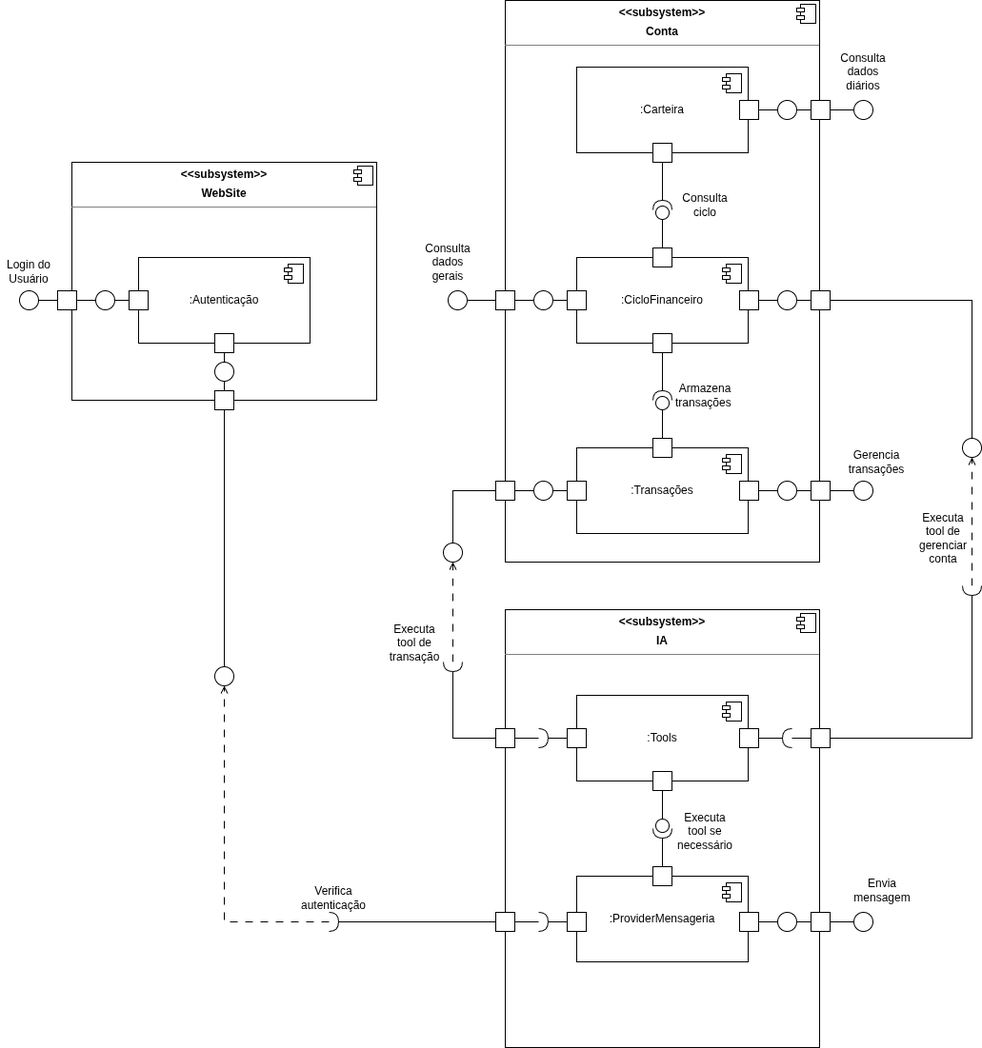
The draw.io diagram docs/Modelagem/assets/componentes.png in UnBArqDsw2026-1-Turma02/2026.01-T02_G8_Financas_Entrega_02, before a commit. Source tidied: cells renumbered, new cells last; positions are measured from the earlier drawing's top-left corner, leaving out a move shared by most shapes.
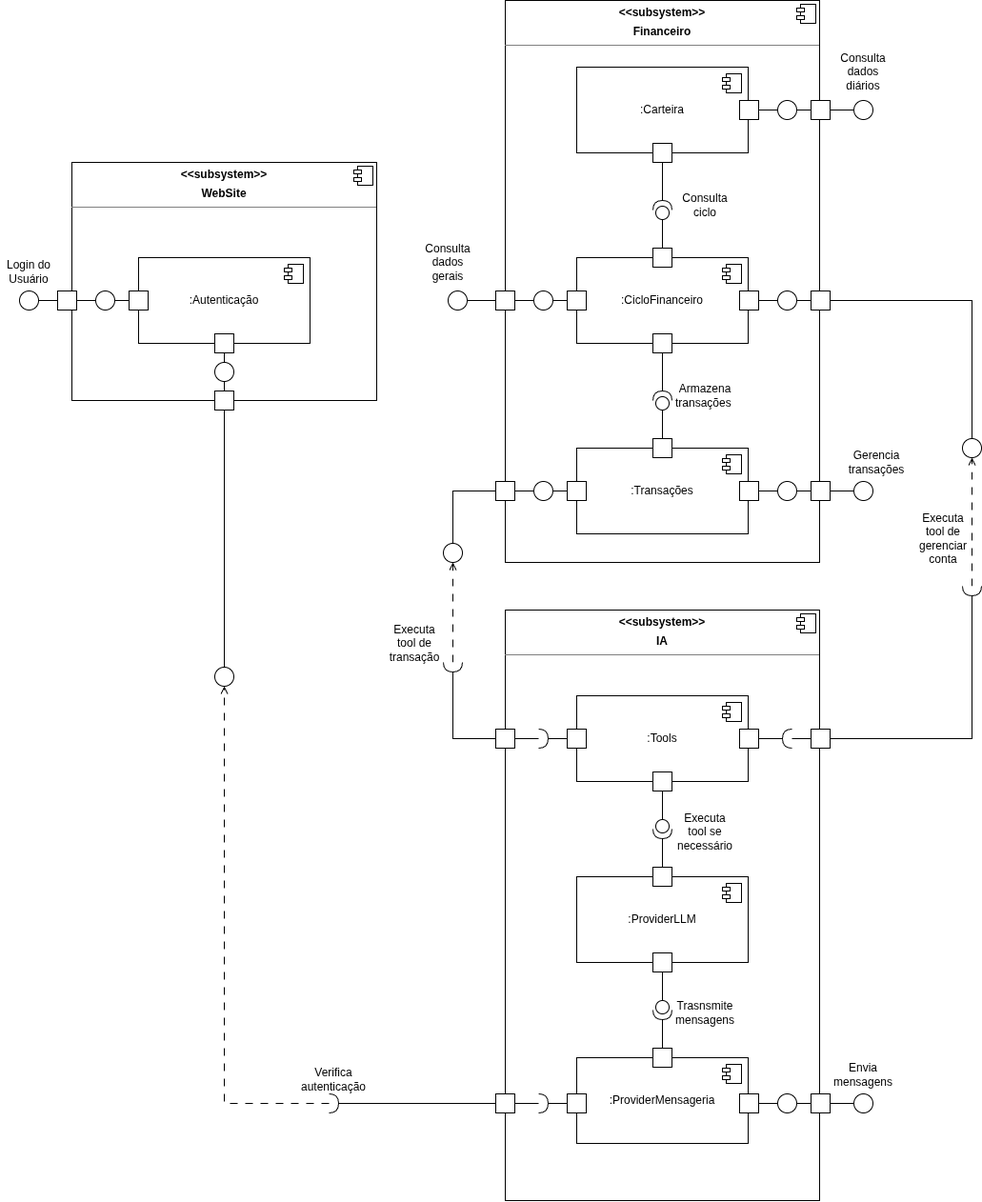
Later version of the same file.

Commit message:
diagrama de pacotes

The edit, as a diff of the source:
```diff
@@ -18,7 +18,7 @@
         <mxPoint x="-27" y="7" as="offset" />
       </mxGeometry>
     </mxCell>
-    <mxCell id="6" value="&lt;p style=&quot;margin:0px;margin-top:6px;text-align:center;&quot;&gt;&lt;b&gt;&amp;lt;&amp;lt;subsystem&amp;gt;&amp;gt;&lt;/b&gt;&lt;/p&gt;&lt;p style=&quot;margin:0px;margin-top:6px;text-align:center;&quot;&gt;&lt;b&gt;Conta&lt;/b&gt;&lt;/p&gt;&lt;hr size=&quot;1&quot; style=&quot;border-style:solid;&quot;&gt;&lt;p style=&quot;margin:0px;margin-left:8px;&quot;&gt;&lt;br&gt;&lt;/p&gt;" style="align=left;overflow=fill;html=1;whiteSpace=wrap;" parent="1" vertex="1">
+    <mxCell id="6" value="&lt;p style=&quot;margin:0px;margin-top:6px;text-align:center;&quot;&gt;&lt;b&gt;&amp;lt;&amp;lt;subsystem&amp;gt;&amp;gt;&lt;/b&gt;&lt;/p&gt;&lt;p style=&quot;margin:0px;margin-top:6px;text-align:center;&quot;&gt;&lt;b&gt;Financeiro&lt;/b&gt;&lt;/p&gt;&lt;hr size=&quot;1&quot; style=&quot;border-style:solid;&quot;&gt;&lt;p style=&quot;margin:0px;margin-left:8px;&quot;&gt;&lt;br&gt;&lt;/p&gt;" style="align=left;overflow=fill;html=1;whiteSpace=wrap;" parent="1" vertex="1">
       <mxGeometry x="530" width="330" height="590" as="geometry" />
     </mxCell>
     <mxCell id="7" style="shape=component;jettyWidth=8;jettyHeight=4;" parent="6" vertex="1">
@@ -51,7 +51,7 @@
       </mxGeometry>
     </mxCell>
     <mxCell id="14" value="&lt;p style=&quot;margin:0px;margin-top:6px;text-align:center;&quot;&gt;&lt;b&gt;&amp;lt;&amp;lt;subsystem&amp;gt;&amp;gt;&lt;/b&gt;&lt;/p&gt;&lt;p style=&quot;margin:0px;margin-top:6px;text-align:center;&quot;&gt;&lt;b&gt;IA&lt;/b&gt;&lt;/p&gt;&lt;hr size=&quot;1&quot; style=&quot;border-style:solid;&quot;&gt;&lt;p style=&quot;margin:0px;margin-left:8px;&quot;&gt;&lt;br&gt;&lt;/p&gt;" style="align=left;overflow=fill;html=1;whiteSpace=wrap;" parent="1" vertex="1">
-      <mxGeometry x="530" y="640" width="330" height="460" as="geometry" />
+      <mxGeometry x="530" y="640" width="330" height="620" as="geometry" />
     </mxCell>
     <mxCell id="15" style="shape=component;jettyWidth=8;jettyHeight=4;" parent="14" vertex="1">
       <mxGeometry x="1" width="20" height="20" relative="1" as="geometry">
@@ -66,7 +66,7 @@
         <mxPoint x="-27" y="7" as="offset" />
       </mxGeometry>
     </mxCell>
-    <mxCell id="18" value=":ProviderMensageria" style="html=1;whiteSpace=wrap;" parent="1" vertex="1">
+    <mxCell id="18" value=":ProviderLLM" style="html=1;whiteSpace=wrap;" parent="1" vertex="1">
       <mxGeometry x="605" y="920" width="180" height="90" as="geometry" />
     </mxCell>
     <mxCell id="19" style="shape=module;jettyWidth=8;jettyHeight=4;" parent="18" vertex="1">
@@ -89,21 +89,6 @@
     <mxCell id="24" style="whiteSpace=wrap;html=1;" parent="1" vertex="1">
       <mxGeometry x="60" y="305" width="20" height="20" as="geometry" />
     </mxCell>
-    <mxCell id="25" style="ellipse;whiteSpace=wrap;html=1;" parent="1" vertex="1">
-      <mxGeometry x="896" y="958" width="20" height="20" as="geometry" />
-    </mxCell>
-    <mxCell id="26" style="endArrow=none;html=1;rounded=0;entryX=1;entryY=0.5;entryDx=0;entryDy=0;exitX=0;exitY=0.5;exitDx=0;exitDy=0;" parent="1" edge="1" source="25" target="28">
-      <mxGeometry relative="1" as="geometry" />
-    </mxCell>
-    <mxCell id="27" style="ellipse;whiteSpace=wrap;html=1;" parent="1" vertex="1">
-      <mxGeometry x="816" y="958" width="20" height="20" as="geometry" />
-    </mxCell>
-    <mxCell id="28" style="whiteSpace=wrap;html=1;" parent="1" vertex="1">
-      <mxGeometry x="776" y="958" width="20" height="20" as="geometry" />
-    </mxCell>
-    <mxCell id="29" style="whiteSpace=wrap;html=1;" parent="1" vertex="1">
-      <mxGeometry x="851" y="958" width="20" height="20" as="geometry" />
-    </mxCell>
     <mxCell id="30" style="whiteSpace=wrap;html=1;" parent="1" vertex="1">
       <mxGeometry x="685" y="910" width="20" height="20" as="geometry" />
     </mxCell>
@@ -218,33 +203,12 @@
     <mxCell id="67" style="ellipse;whiteSpace=wrap;html=1;" parent="1" vertex="1">
       <mxGeometry x="225" y="380" width="20" height="20" as="geometry" />
     </mxCell>
-    <mxCell id="68" style="whiteSpace=wrap;html=1;" parent="1" vertex="1">
-      <mxGeometry x="520" y="958" width="20" height="20" as="geometry" />
-    </mxCell>
-    <mxCell id="69" style="shape=requiredInterface;html=1;verticalLabelPosition=bottom;sketch=0;rotation=0;" parent="1" vertex="1">
-      <mxGeometry x="565" y="958" width="10" height="20" as="geometry" />
-    </mxCell>
-    <mxCell id="70" style="whiteSpace=wrap;html=1;" parent="1" vertex="1">
-      <mxGeometry x="595" y="958" width="20" height="20" as="geometry" />
-    </mxCell>
-    <mxCell id="71" style="edgeStyle=orthogonalEdgeStyle;rounded=0;jettySize=auto;html=1;entryX=1;entryY=0.5;entryDx=0;entryDy=0;entryPerimeter=0;endArrow=none;endFill=0;" parent="1" edge="1" source="70" target="69">
-      <mxGeometry relative="1" as="geometry" />
-    </mxCell>
-    <mxCell id="72" style="edgeStyle=orthogonalEdgeStyle;rounded=0;jettySize=auto;html=1;entryX=0;entryY=0.5;entryDx=0;entryDy=0;entryPerimeter=0;endArrow=none;endFill=0;" parent="1" edge="1" source="68" target="69">
-      <mxGeometry relative="1" as="geometry" />
-    </mxCell>
-    <mxCell id="73" style="edgeStyle=orthogonalEdgeStyle;rounded=0;jettySize=auto;html=1;entryX=0.5;entryY=1;entryDx=0;entryDy=0;dashed=1;dashPattern=8 8;endArrow=open;endFill=0;" parent="1" edge="1" source="74" target="75">
+    <mxCell id="73" style="edgeStyle=orthogonalEdgeStyle;rounded=0;jettySize=auto;html=1;entryX=0.5;entryY=1;entryDx=0;entryDy=0;dashed=1;dashPattern=8 8;endArrow=open;endFill=0;exitX=0;exitY=0.5;exitDx=0;exitDy=0;exitPerimeter=0;" parent="1" edge="1" source="125" target="75">
       <mxGeometry relative="1" as="geometry" />
     </mxCell>
-    <mxCell id="74" style="shape=requiredInterface;html=1;verticalLabelPosition=bottom;sketch=0;rotation=0;" parent="1" vertex="1">
-      <mxGeometry x="345" y="958" width="10" height="20" as="geometry" />
-    </mxCell>
     <mxCell id="75" style="ellipse;whiteSpace=wrap;html=1;" parent="1" vertex="1">
       <mxGeometry x="225" y="700" width="20" height="20" as="geometry" />
     </mxCell>
-    <mxCell id="76" style="edgeStyle=orthogonalEdgeStyle;rounded=0;jettySize=auto;html=1;entryX=1;entryY=0.5;entryDx=0;entryDy=0;entryPerimeter=0;endArrow=none;endFill=0;" parent="1" edge="1" source="68" target="74">
-      <mxGeometry relative="1" as="geometry" />
-    </mxCell>
     <mxCell id="77" style="whiteSpace=wrap;html=1;" parent="1" vertex="1">
       <mxGeometry x="685" y="260" width="20" height="20" as="geometry" />
     </mxCell>
@@ -308,12 +272,6 @@
     <mxCell id="97" value="Login do Usuário" style="text;html=1;whiteSpace=wrap;strokeColor=none;fillColor=none;align=center;verticalAlign=middle;rounded=0;" parent="1" vertex="1">
       <mxGeometry y="270" width="60" height="30" as="geometry" />
     </mxCell>
-    <mxCell id="98" value="Verifica autenticação" style="text;html=1;whiteSpace=wrap;strokeColor=none;fillColor=none;align=center;verticalAlign=middle;rounded=0;" parent="1" vertex="1">
-      <mxGeometry x="320" y="928" width="60" height="30" as="geometry" />
-    </mxCell>
-    <mxCell id="99" value="Envia mensagem" style="text;html=1;whiteSpace=wrap;strokeColor=none;fillColor=none;align=center;verticalAlign=middle;rounded=0;" parent="1" vertex="1">
-      <mxGeometry x="896" y="920" width="60" height="30" as="geometry" />
-    </mxCell>
     <mxCell id="100" value="Executa tool de transação" style="text;html=1;whiteSpace=wrap;strokeColor=none;fillColor=none;align=center;verticalAlign=middle;rounded=0;" parent="1" vertex="1">
       <mxGeometry x="405" y="660" width="60" height="30" as="geometry" />
     </mxCell>
@@ -353,5 +311,73 @@
     <mxCell id="112" value="Consulta dados gerais" style="text;html=1;whiteSpace=wrap;strokeColor=none;fillColor=none;align=center;verticalAlign=middle;rounded=0;" parent="1" vertex="1">
       <mxGeometry x="440" y="260" width="60" height="30" as="geometry" />
     </mxCell>
+    <mxCell id="113" value=":ProviderMensageria" style="html=1;whiteSpace=wrap;" parent="1" vertex="1">
+      <mxGeometry x="605" y="1110" width="180" height="90" as="geometry" />
+    </mxCell>
+    <mxCell id="114" style="shape=module;jettyWidth=8;jettyHeight=4;" parent="113" vertex="1">
+      <mxGeometry x="1" width="20" height="20" relative="1" as="geometry">
+        <mxPoint x="-27" y="7" as="offset" />
+      </mxGeometry>
+    </mxCell>
+    <mxCell id="115" style="ellipse;whiteSpace=wrap;html=1;" parent="1" vertex="1">
+      <mxGeometry x="896" y="1148" width="20" height="20" as="geometry" />
+    </mxCell>
+    <mxCell id="116" style="endArrow=none;html=1;rounded=0;entryX=1;entryY=0.5;entryDx=0;entryDy=0;exitX=0;exitY=0.5;exitDx=0;exitDy=0;" parent="1" edge="1" source="115" target="118">
+      <mxGeometry relative="1" as="geometry" />
+    </mxCell>
+    <mxCell id="117" style="ellipse;whiteSpace=wrap;html=1;" parent="1" vertex="1">
+      <mxGeometry x="816" y="1148" width="20" height="20" as="geometry" />
+    </mxCell>
+    <mxCell id="118" style="whiteSpace=wrap;html=1;" parent="1" vertex="1">
+      <mxGeometry x="776" y="1148" width="20" height="20" as="geometry" />
+    </mxCell>
+    <mxCell id="119" style="whiteSpace=wrap;html=1;" parent="1" vertex="1">
+      <mxGeometry x="851" y="1148" width="20" height="20" as="geometry" />
+    </mxCell>
+    <mxCell id="120" style="whiteSpace=wrap;html=1;" parent="1" vertex="1">
+      <mxGeometry x="520" y="1148" width="20" height="20" as="geometry" />
+    </mxCell>
+    <mxCell id="121" style="shape=requiredInterface;html=1;verticalLabelPosition=bottom;sketch=0;rotation=0;" parent="1" vertex="1">
+      <mxGeometry x="565" y="1148" width="10" height="20" as="geometry" />
+    </mxCell>
+    <mxCell id="122" style="whiteSpace=wrap;html=1;" parent="1" vertex="1">
+      <mxGeometry x="595" y="1148" width="20" height="20" as="geometry" />
+    </mxCell>
+    <mxCell id="123" style="edgeStyle=orthogonalEdgeStyle;rounded=0;jettySize=auto;html=1;entryX=1;entryY=0.5;entryDx=0;entryDy=0;entryPerimeter=0;endArrow=none;endFill=0;" parent="1" edge="1" source="122" target="121">
+      <mxGeometry relative="1" as="geometry" />
+    </mxCell>
+    <mxCell id="124" style="edgeStyle=orthogonalEdgeStyle;rounded=0;jettySize=auto;html=1;entryX=0;entryY=0.5;entryDx=0;entryDy=0;entryPerimeter=0;endArrow=none;endFill=0;" parent="1" edge="1" source="120" target="121">
+      <mxGeometry relative="1" as="geometry" />
+    </mxCell>
+    <mxCell id="125" style="shape=requiredInterface;html=1;verticalLabelPosition=bottom;sketch=0;rotation=0;" parent="1" vertex="1">
+      <mxGeometry x="345" y="1148" width="10" height="20" as="geometry" />
+    </mxCell>
+    <mxCell id="126" style="edgeStyle=orthogonalEdgeStyle;rounded=0;jettySize=auto;html=1;entryX=1;entryY=0.5;entryDx=0;entryDy=0;entryPerimeter=0;endArrow=none;endFill=0;" parent="1" edge="1" source="120" target="125">
+      <mxGeometry relative="1" as="geometry" />
+    </mxCell>
+    <mxCell id="98" value="Verifica autenticação" style="text;html=1;whiteSpace=wrap;strokeColor=none;fillColor=none;align=center;verticalAlign=middle;rounded=0;" parent="1" vertex="1">
+      <mxGeometry x="320" y="1118" width="60" height="30" as="geometry" />
+    </mxCell>
+    <mxCell id="127" style="whiteSpace=wrap;html=1;" parent="1" vertex="1">
+      <mxGeometry x="685" y="1100" width="20" height="20" as="geometry" />
+    </mxCell>
+    <mxCell id="128" style="whiteSpace=wrap;html=1;" parent="1" vertex="1">
+      <mxGeometry x="685" y="1000" width="20" height="20" as="geometry" />
+    </mxCell>
+    <mxCell id="129" style="shape=providedRequiredInterface;html=1;verticalLabelPosition=bottom;sketch=0;rotation=90;" parent="1" vertex="1">
+      <mxGeometry x="685" y="1050" width="20" height="20" as="geometry" />
+    </mxCell>
+    <mxCell id="130" style="edgeStyle=orthogonalEdgeStyle;rounded=0;jettySize=auto;html=1;exitX=0.5;exitY=0;exitDx=0;exitDy=0;endArrow=none;endFill=0;entryX=1;entryY=0.5;entryDx=0;entryDy=0;entryPerimeter=0;" parent="1" edge="1" source="127" target="129">
+      <mxGeometry relative="1" as="geometry" />
+    </mxCell>
+    <mxCell id="131" style="edgeStyle=orthogonalEdgeStyle;rounded=0;jettySize=auto;html=1;exitX=0.5;exitY=1;exitDx=0;exitDy=0;endArrow=none;endFill=0;entryX=0;entryY=0.5;entryDx=0;entryDy=0;entryPerimeter=0;" parent="1" edge="1" source="128" target="129">
+      <mxGeometry relative="1" as="geometry" />
+    </mxCell>
+    <mxCell id="132" value="Trasnsmite mensagens" style="text;html=1;whiteSpace=wrap;strokeColor=none;fillColor=none;align=center;verticalAlign=middle;rounded=0;" parent="1" vertex="1">
+      <mxGeometry x="710" y="1045" width="60" height="35" as="geometry" />
+    </mxCell>
+    <mxCell id="133" value="Envia mensagens" style="text;html=1;whiteSpace=wrap;strokeColor=none;fillColor=none;align=center;verticalAlign=middle;rounded=0;" parent="1" vertex="1">
+      <mxGeometry x="876" y="1110" width="60" height="35" as="geometry" />
+    </mxCell>
   </root>
 </mxGraphModel>
```
